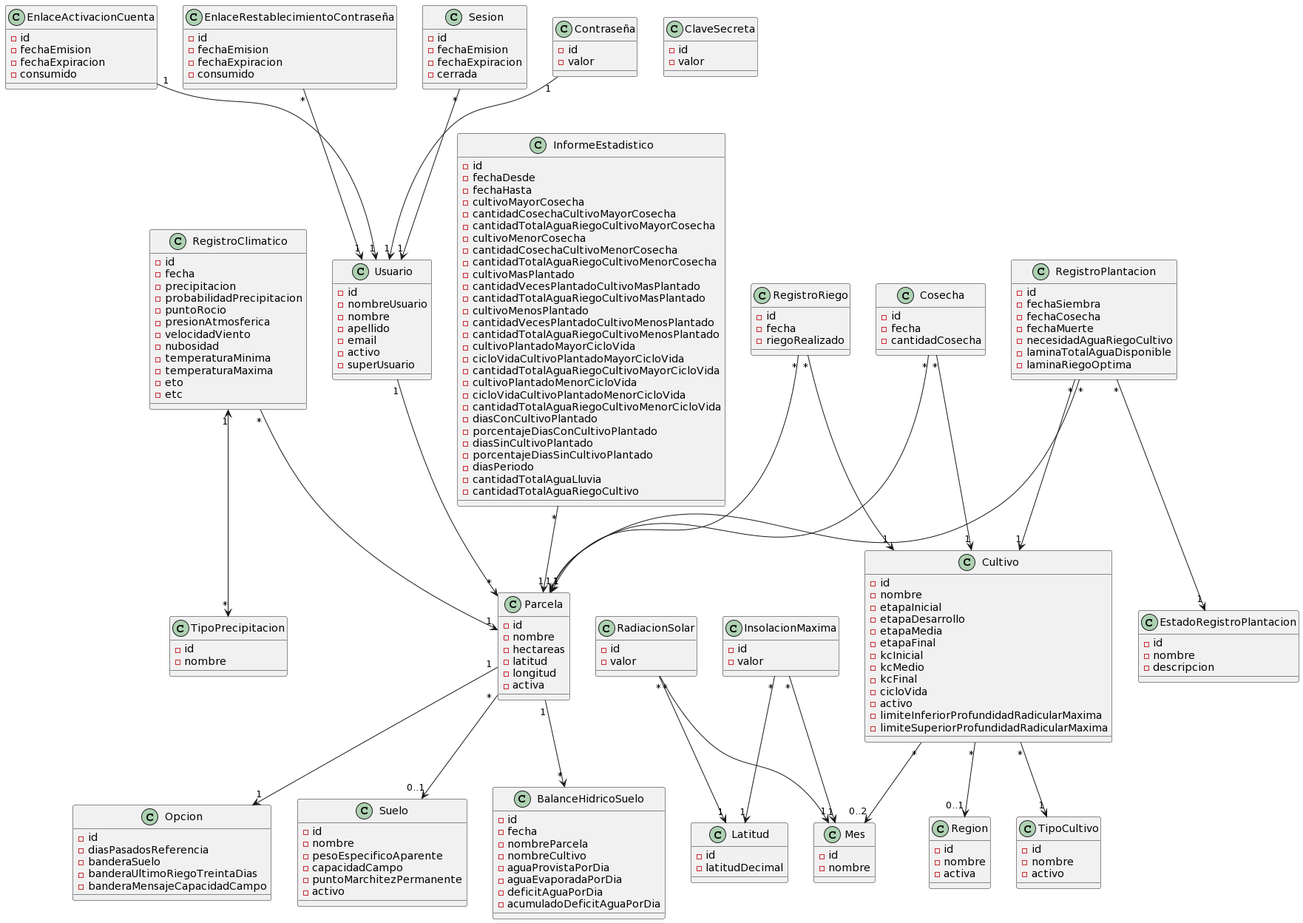
Earlier version of the PlantUML export docs/domain model/Modelo de dominio.png (facundopaez-dev/sistema-web-riego).
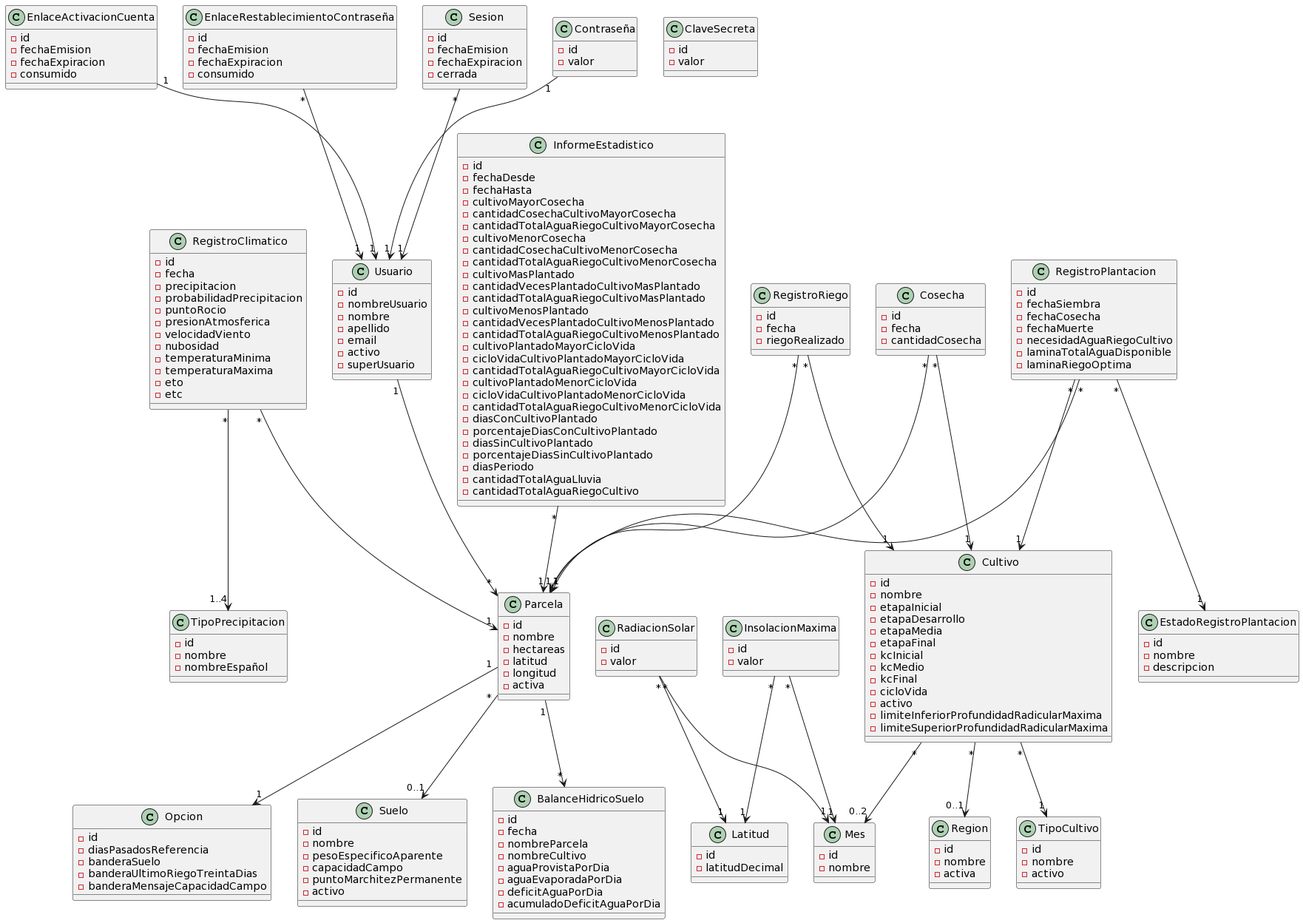
The same diagram one commit later.

The edit, as a diff of the source:
```diff
@@ -2,7 +2,7 @@
 Usuario "1"-->"*" Parcela
 InformeEstadistico "*"-->"1" Parcela
 RegistroClimatico "*"-->"1" Parcela
-RegistroClimatico "1"<-->"*" TipoPrecipitacion
+RegistroClimatico "*"-->"1..4" TipoPrecipitacion
 RegistroRiego "*"-->"1" Parcela
 RegistroPlantacion "*"-->"1" Parcela
 RegistroPlantacion "*"-->"1" Cultivo
@@ -117,6 +117,7 @@
 class TipoPrecipitacion {
 -id
 -nombre
+-nombreEspañol
 }
 
 class RegistroPlantacion {
```
